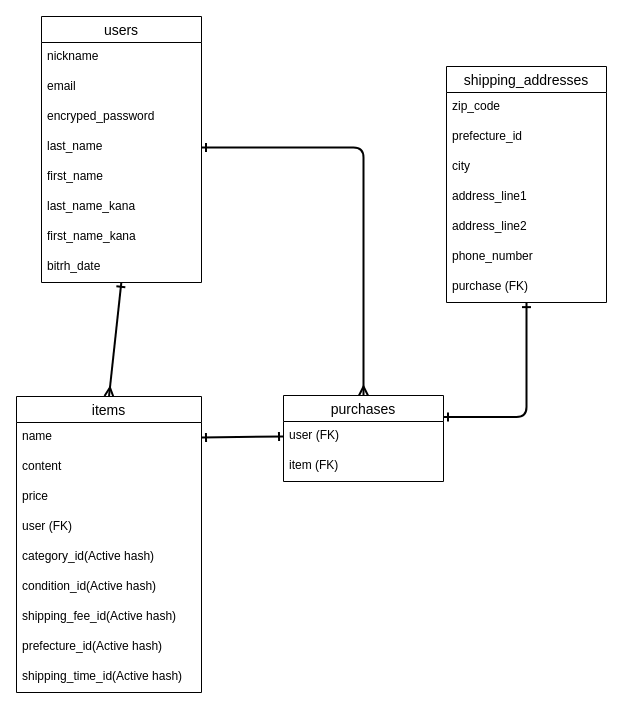
Before: er.dio in tsubasafj/furima-37918, a draw.io diagram. Source tidied: cells renumbered, new cells numbered last; positions are measured from the earlier drawing's top-left corner, leaving out a move shared by most shapes. Both pictures are drawn from the tidied source at 100%, with x=0, y=0 at pixel (16, 16).
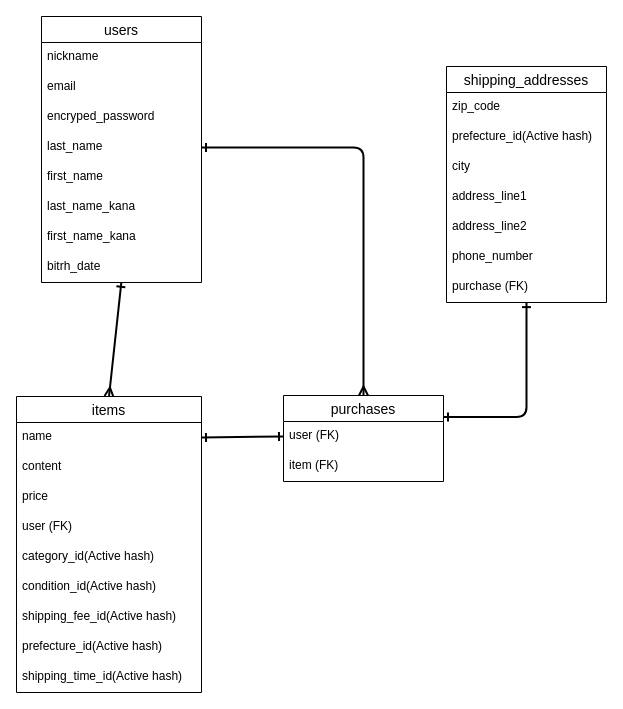
The same diagram, later.

Commit message (it also covers changes not shown here):
データベース設計の修正３

The change refers to these unchanged cells:
```xml
<mxCell id="27" value="shipping_addresses" style="swimlane;fontStyle=0;horizontal=1;startSize=26;align=center;fontSize=14;" parent="1" vertex="1">
  <mxGeometry x="430" y="50" width="160" height="236" as="geometry" />
</mxCell>
```

Diff of the diagram source:
```diff
@@
-    <mxCell id="29" value="prefecture_id" style="text;strokeColor=none;fillColor=none;spacingLeft=4;spacingRight=4;overflow=hidden;fontSize=12;" parent="27" vertex="1">
+    <mxCell id="29" value="prefecture_id(Active hash)" style="text;strokeColor=none;fillColor=none;spacingLeft=4;spacingRight=4;overflow=hidden;fontSize=12;" parent="27" vertex="1">
       <mxGeometry y="56" width="160" height="30" as="geometry" />
     </mxCell>
```
